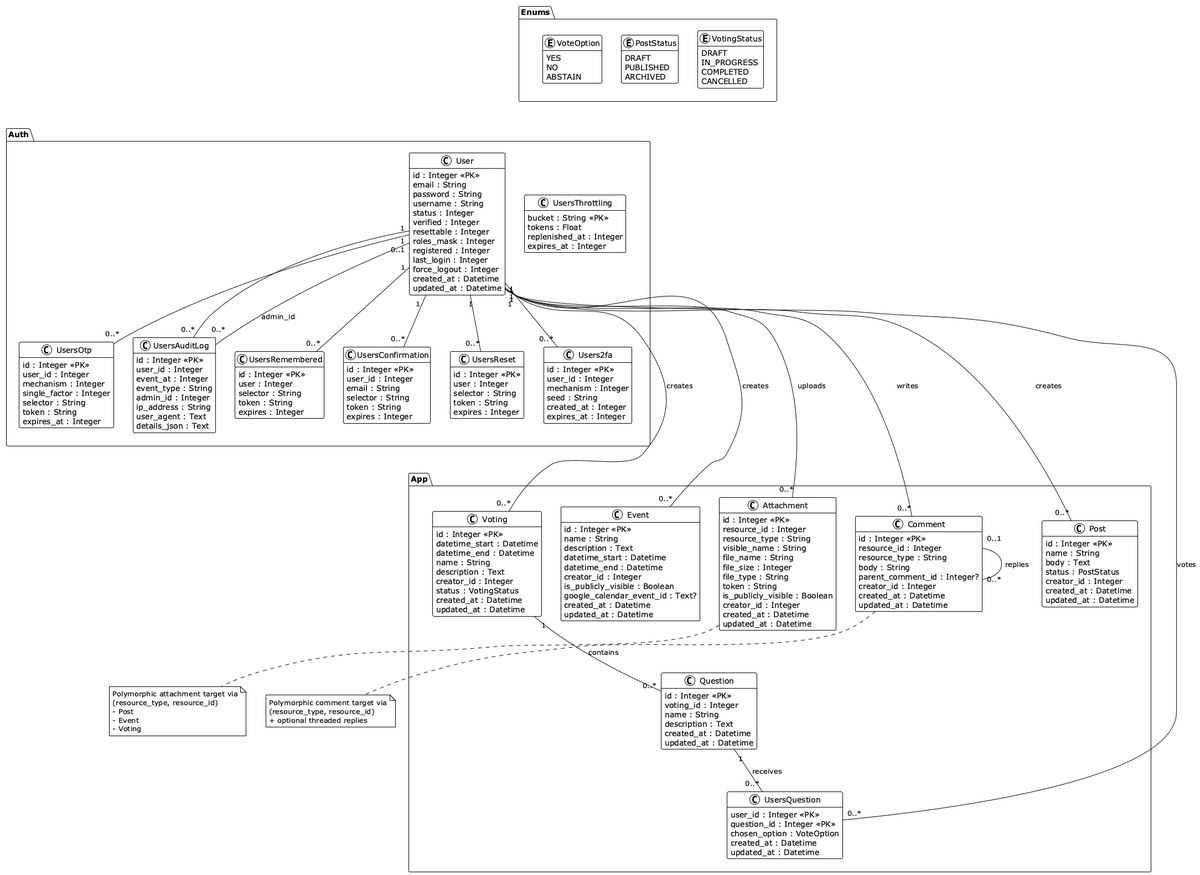
Above: docs/diagrams/Database schema.png in jacky32/slovjani (PlantUML), before the change.
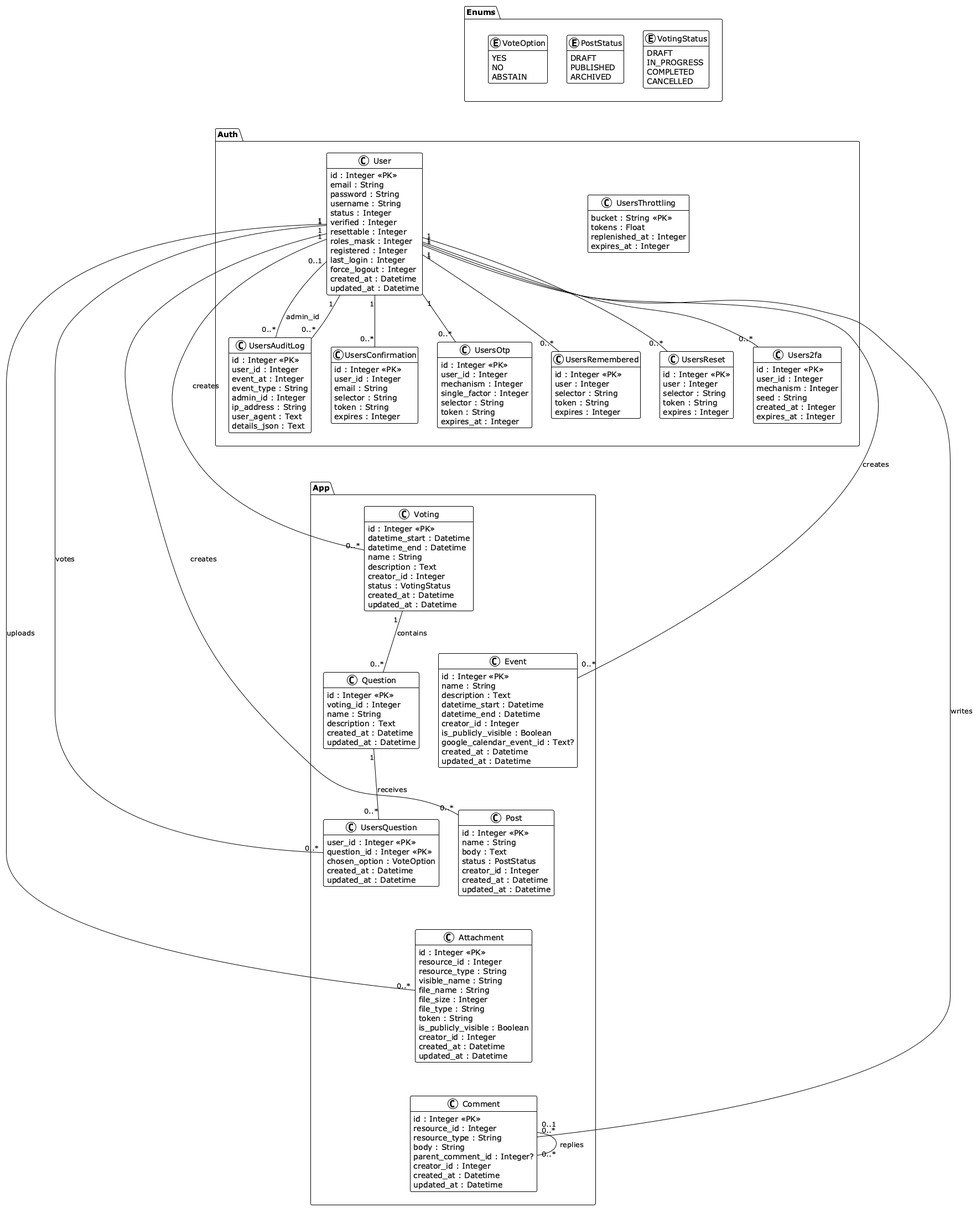
After the change.

Commit message:
Make schema narrower

What changed in the source:
```diff
@@ -191,13 +191,18 @@
 Users2fa -[hidden]down-> Voting
 UsersReset -[hidden]down-> Voting
 UsersConfirmation -[hidden]down-> Voting
+UsersOtp -[hidden]down-> Voting
+Voting -[hidden]down-> Event
+Event -[hidden]down-> Post
+Post -[hidden]down-> Attachment
+Attachment -[hidden]down-> Comment
 
-User "1" -down- "0..*" Post : creates
-User "1" -down- "0..*" Voting : creates
-User "1" -down- "0..*" Event : creates
-User "1" -down- "0..*" Attachment : uploads
-User "1" -down- "0..*" Comment : writes
-User "1" -down- "0..*" UsersQuestion : votes
+User "1" -- "0..*" Post : creates
+User "1" -- "0..*" Voting : creates
+User "1" -- "0..*" Event : creates
+User "1" -- "0..*" Attachment : uploads
+User "1" -- "0..*" Comment : writes
+User "1" -- "0..*" UsersQuestion : votes
 
 User "1" -- "0..*" Users2fa
 User "1" -- "0..*" UsersAuditLog
@@ -213,18 +218,4 @@
 
 Comment "0..1" -- "0..*" Comment : replies
 
-note bottom of Attachment
-  Polymorphic attachment target via
-  (resource_type, resource_id)
-  - Post
-  - Event
-  - Voting
-end note
-
-note bottom of Comment
-  Polymorphic comment target via
-  (resource_type, resource_id)
-  + optional threaded replies
-end note
-
 @enduml
```
